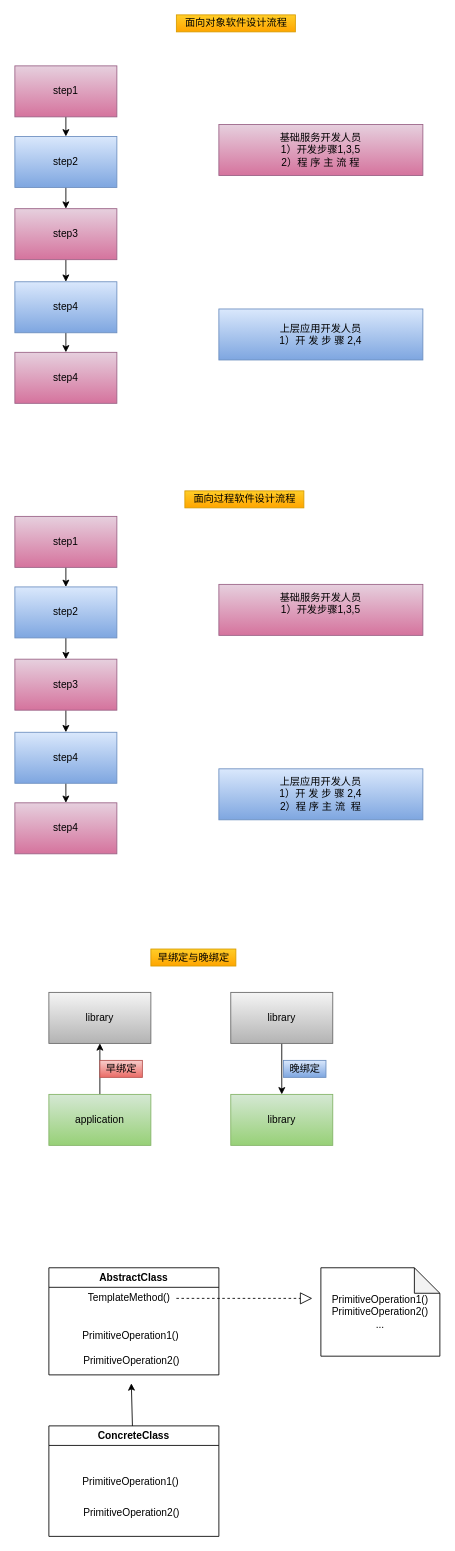
AlenJhon/design-patterns keeps this draw.io diagram as TemplateMethod/template_method.drawio. Above is the earlier version. Source tidied: cells renumbered, new cells numbered last; positions are measured from the earlier drawing's top-left corner, leaving out a move shared by most shapes. Both pictures are drawn from the tidied source at 85%, with x=0, y=0 at pixel (14, 14).
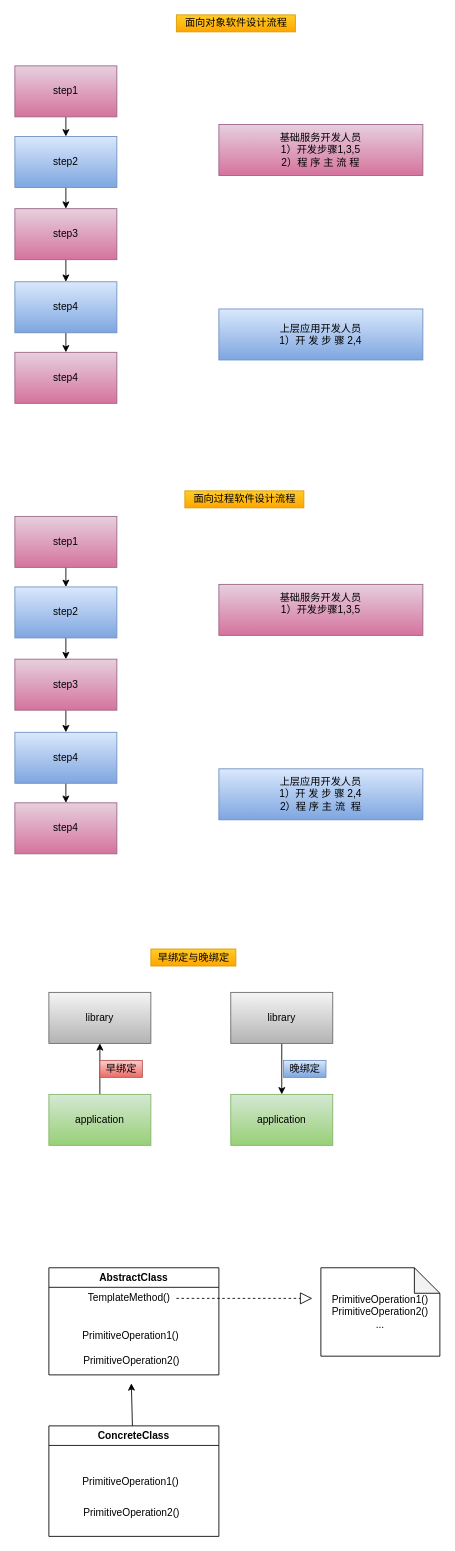
The same diagram, later.

What changed in the source:
```diff
@@
-    <mxCell id="32" value="library" style="whiteSpace=wrap;html=1;fillColor=#d5e8d4;gradientColor=#97d077;strokeColor=#82b366;" parent="1" vertex="1">
+    <mxCell id="32" value="application" style="whiteSpace=wrap;html=1;fillColor=#d5e8d4;gradientColor=#97d077;strokeColor=#82b366;" parent="1" vertex="1">
       <mxGeometry x="254" y="1270" width="120" height="60" as="geometry" />
     </mxCell>
```
